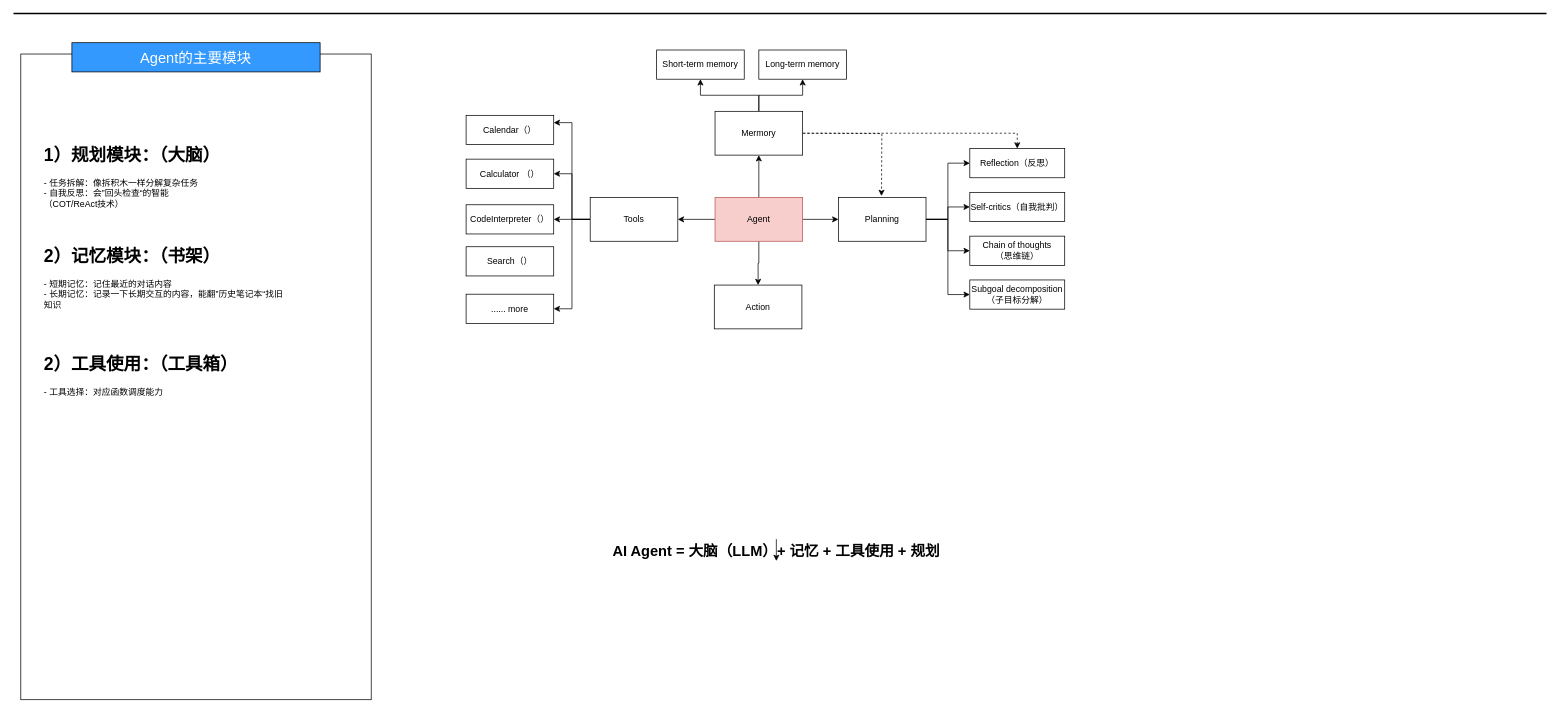
This is Agent主要模块.drawio from yoonai/MyTestFolder, a draw.io file, before an edit. Source tidied: cells renumbered, new cells numbered last; positions are measured from the earlier drawing's top-left corner, leaving out a move shared by most shapes. Both pictures are drawn from the tidied source at 73%, with x=0, y=0 at pixel (13, 13).
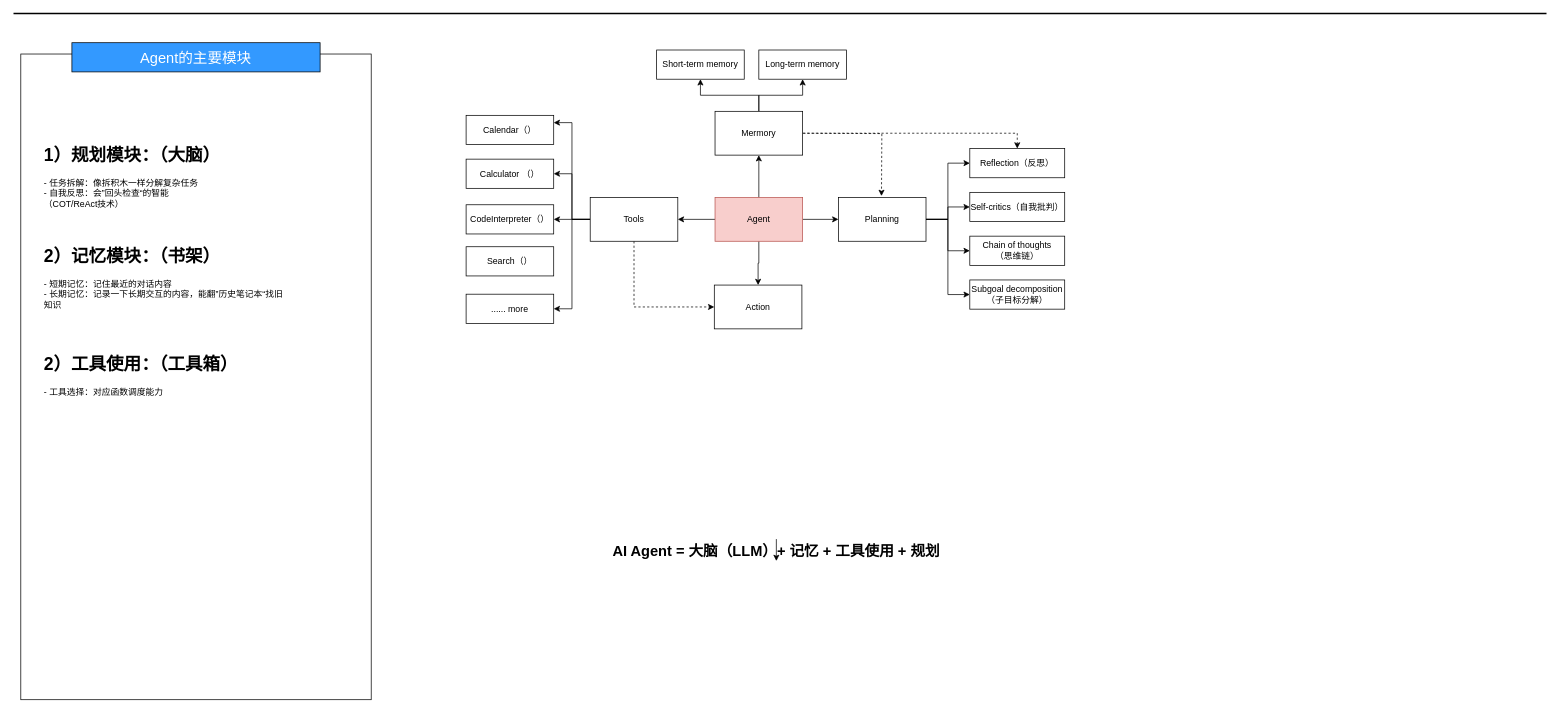
Above is the later version.

Commit message (it also covers changes not shown here):
更新Agent主要模块.drawio

The change refers to these unchanged cells:
```xml
<mxCell id="24" value="Tools" style="rounded=0;whiteSpace=wrap;html=1;" parent="1" vertex="1">
  <mxGeometry x="790" y="252" width="120" height="60" as="geometry" />
</mxCell>
<mxCell id="25" value="Action" style="rounded=0;whiteSpace=wrap;html=1;" parent="1" vertex="1">
  <mxGeometry x="960" y="372" width="120" height="60" as="geometry" />
</mxCell>
```

Change to the diagram source:
```diff
@@
+    <mxCell id="42" style="edgeStyle=orthogonalEdgeStyle;rounded=0;jettySize=auto;html=1;exitX=0.5;exitY=1;exitDx=0;exitDy=0;entryX=0;entryY=0.5;entryDx=0;entryDy=0;dashed=1;" parent="1" edge="1" source="24" target="25">
+      <mxGeometry relative="1" as="geometry" />
+    </mxCell>
```
